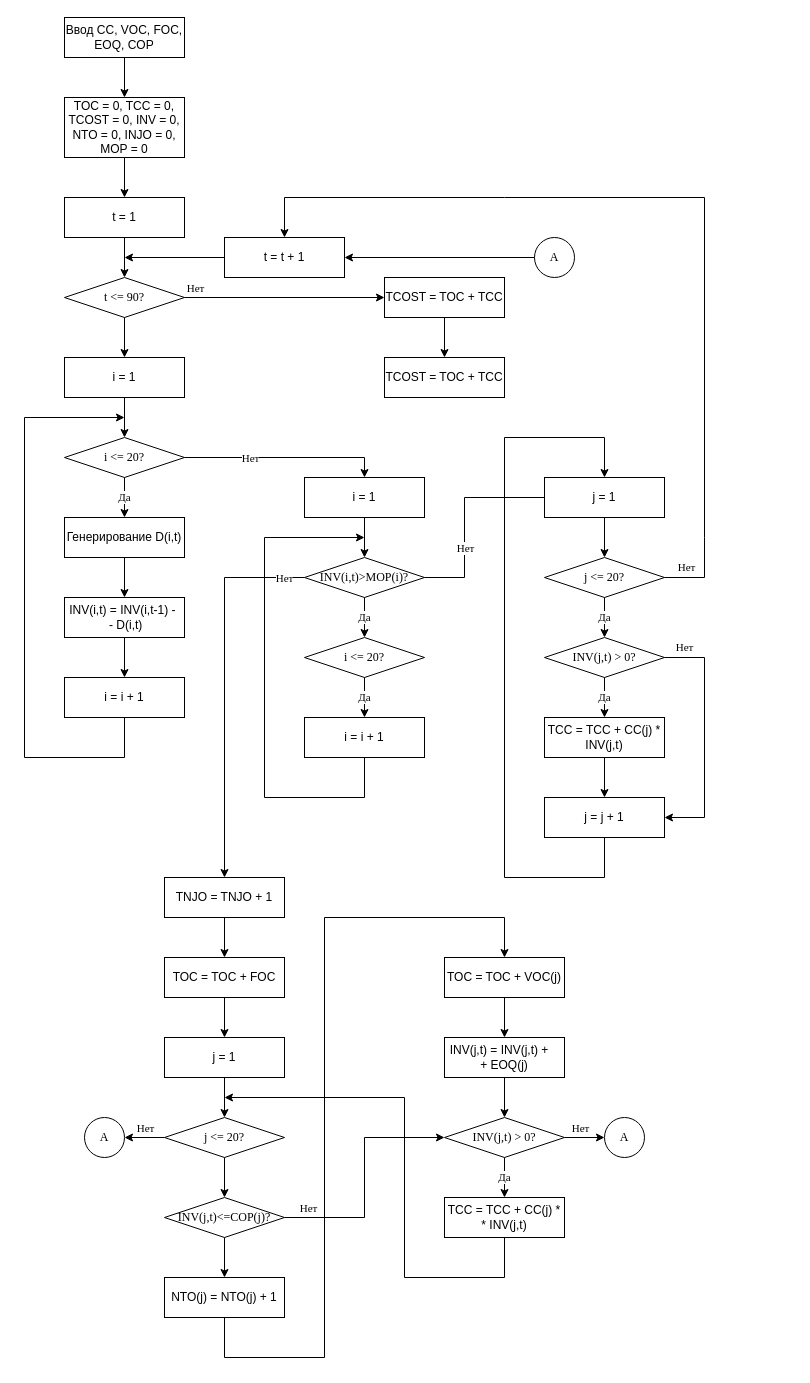
The draw.io diagram Untitled Diagram2.drawio in Snikimonkd/diplom, before the edit. Source tidied: cells renumbered, new cells numbered last; positions are measured from the earlier drawing's top-left corner, leaving out a move shared by most shapes. Both pictures are drawn from the tidied source at 100%, with x=0, y=0 at pixel (24, 17).
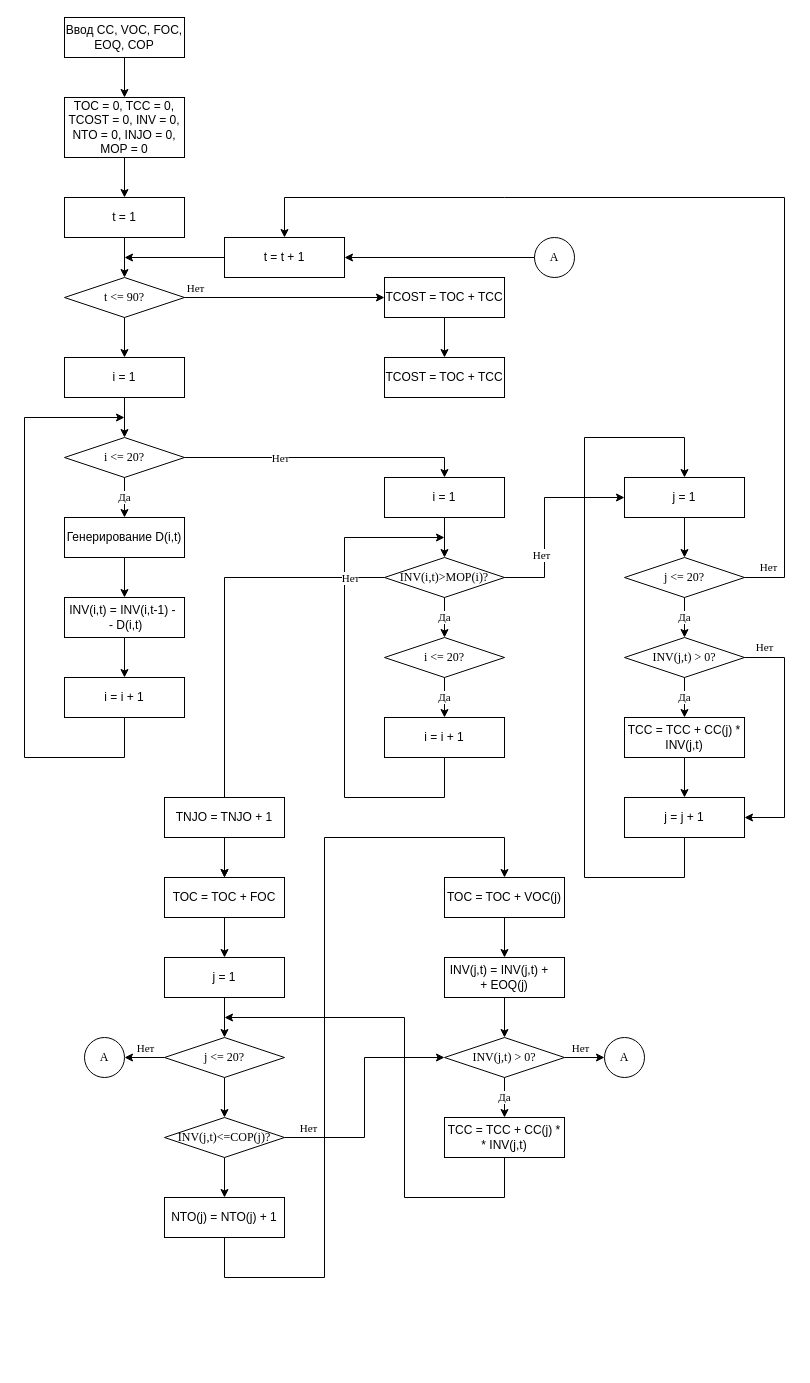
The same diagram, later.

Unchanged cells that the change refers to:
```xml
<mxCell id="8" value="i &amp;lt;= 20?" style="rhombus;whiteSpace=wrap;html=1;fontFamily=Times New Roman;" parent="1" vertex="1">
  <mxGeometry x="40" y="420" width="120" height="40" as="geometry" />
</mxCell>
<mxCell id="45" value="t = t + 1" style="rounded=0;whiteSpace=wrap;html=1;" parent="1" vertex="1">
  <mxGeometry x="200" y="220" width="120" height="40" as="geometry" />
</mxCell>
```

Change to the diagram source:
```diff
@@
     <mxCell id="11" value="i = 1" style="rounded=0;whiteSpace=wrap;html=1;" parent="1" vertex="1">
-      <mxGeometry x="280" y="460" width="120" height="40" as="geometry" />
+      <mxGeometry x="360" y="460" width="120" height="40" as="geometry" />
     </mxCell>
     <mxCell id="12" value="INV(i,t)&amp;gt;MOP(i)?" style="rhombus;whiteSpace=wrap;html=1;fontFamily=Times New Roman;" parent="1" vertex="1">
-      <mxGeometry x="280" y="540" width="120" height="40" as="geometry" />
+      <mxGeometry x="360" y="540" width="120" height="40" as="geometry" />
     </mxCell>
     <mxCell id="13" value="i &amp;lt;= 20?" style="rhombus;whiteSpace=wrap;html=1;fontFamily=Times New Roman;" parent="1" vertex="1">
-      <mxGeometry x="280" y="620" width="120" height="40" as="geometry" />
+      <mxGeometry x="360" y="620" width="120" height="40" as="geometry" />
     </mxCell>
     <mxCell id="14" value="i = i + 1" style="rounded=0;whiteSpace=wrap;html=1;" parent="1" vertex="1">
-      <mxGeometry x="280" y="700" width="120" height="40" as="geometry" />
+      <mxGeometry x="360" y="700" width="120" height="40" as="geometry" />
     </mxCell>
@@
     <mxCell id="24" style="endArrow=classic;html=1;rounded=0;fontFamily=Times New Roman;exitX=1;exitY=0.5;exitDx=0;exitDy=0;entryX=0.5;entryY=0;entryDx=0;entryDy=0;" parent="1" edge="1" source="8" target="11">
       <mxGeometry relative="1" as="geometry">
         <Array as="points">
-          <mxPoint x="340" y="440" />
+          <mxPoint x="420" y="440" />
         </Array>
       </mxGeometry>
     </mxCell>
@@
     <mxCell id="29" style="endArrow=classic;html=1;rounded=0;fontFamily=Times New Roman;exitX=0.5;exitY=1;exitDx=0;exitDy=0;" parent="1" edge="1" source="14">
       <mxGeometry relative="1" as="geometry">
-        <mxPoint x="340" y="520" as="targetPoint" />
+        <mxPoint x="420" y="520" as="targetPoint" />
         <Array as="points">
-          <mxPoint x="340" y="780" />
-          <mxPoint x="240" y="780" />
-          <mxPoint x="240" y="520" />
+          <mxPoint x="420" y="780" />
+          <mxPoint x="320" y="780" />
+          <mxPoint x="320" y="520" />
         </Array>
       </mxGeometry>
     </mxCell>
@@
-    <mxCell id="32" style="endArrow=classic;html=1;rounded=0;fontFamily=Times New Roman;exitX=1;exitY=0.5;exitDx=0;exitDy=0;" parent="1" edge="1" source="12">
+    <mxCell id="32" style="endArrow=classic;html=1;rounded=0;fontFamily=Times New Roman;exitX=1;exitY=0.5;exitDx=0;exitDy=0;entryX=0;entryY=0.5;entryDx=0;entryDy=0;" parent="1" edge="1" source="12" target="34">
       <mxGeometry relative="1" as="geometry">
-        <mxPoint x="580" y="480" as="targetPoint" />
         <Array as="points">
-          <mxPoint x="440" y="560" />
-          <mxPoint x="440" y="480" />
+          <mxPoint x="520" y="560" />
+          <mxPoint x="520" y="480" />
         </Array>
       </mxGeometry>
     </mxCell>
@@
     <mxCell id="34" value="j = 1" style="rounded=0;whiteSpace=wrap;html=1;" parent="1" vertex="1">
-      <mxGeometry x="520" y="460" width="120" height="40" as="geometry" />
+      <mxGeometry x="600" y="460" width="120" height="40" as="geometry" />
     </mxCell>
     <mxCell id="35" value="j &amp;lt;= 20?" style="rhombus;whiteSpace=wrap;html=1;fontFamily=Times New Roman;" parent="1" vertex="1">
-      <mxGeometry x="520" y="540" width="120" height="40" as="geometry" />
+      <mxGeometry x="600" y="540" width="120" height="40" as="geometry" />
     </mxCell>
     <mxCell id="36" value="INV(j,t) &amp;gt; 0?" style="rhombus;whiteSpace=wrap;html=1;fontFamily=Times New Roman;" parent="1" vertex="1">
-      <mxGeometry x="520" y="620" width="120" height="40" as="geometry" />
+      <mxGeometry x="600" y="620" width="120" height="40" as="geometry" />
     </mxCell>
     <mxCell id="37" value="TCC = TCC + CC(j) * INV(j,t)" style="rounded=0;whiteSpace=wrap;html=1;" parent="1" vertex="1">
-      <mxGeometry x="520" y="700" width="120" height="40" as="geometry" />
+      <mxGeometry x="600" y="700" width="120" height="40" as="geometry" />
     </mxCell>
     <mxCell id="38" value="j = j + 1" style="rounded=0;whiteSpace=wrap;html=1;" parent="1" vertex="1">
-      <mxGeometry x="520" y="780" width="120" height="40" as="geometry" />
+      <mxGeometry x="600" y="780" width="120" height="40" as="geometry" />
     </mxCell>
@@
     <mxCell id="40" style="endArrow=classic;html=1;rounded=0;fontFamily=Times New Roman;exitX=0.5;exitY=1;exitDx=0;exitDy=0;entryX=0.5;entryY=0;entryDx=0;entryDy=0;" parent="1" edge="1" source="38" target="34">
       <mxGeometry relative="1" as="geometry">
         <Array as="points">
-          <mxPoint x="580" y="820" />
-          <mxPoint x="580" y="860" />
-          <mxPoint x="480" y="860" />
-          <mxPoint x="480" y="420" />
-          <mxPoint x="580" y="420" />
+          <mxPoint x="660" y="820" />
+          <mxPoint x="660" y="860" />
+          <mxPoint x="560" y="860" />
+          <mxPoint x="560" y="420" />
+          <mxPoint x="660" y="420" />
         </Array>
       </mxGeometry>
     </mxCell>
@@
     <mxCell id="44" value="Нет" style="endArrow=classic;html=1;rounded=0;fontFamily=Times New Roman;exitX=1;exitY=0.5;exitDx=0;exitDy=0;entryX=0.5;entryY=0;entryDx=0;entryDy=0;" parent="1" edge="1" source="35" target="45">
       <mxGeometry x="-0.95" y="10" relative="1" as="geometry">
         <Array as="points">
-          <mxPoint x="680" y="560" />
-          <mxPoint x="680" y="520" />
-          <mxPoint x="680" y="180" />
+          <mxPoint x="760" y="560" />
+          <mxPoint x="760" y="180" />
           <mxPoint x="480" y="180" />
           <mxPoint x="260" y="180" />
         </Array>
       </mxGeometry>
     </mxCell>
@@
     <mxCell id="47" value="Нет" style="endArrow=classic;html=1;rounded=0;fontFamily=Times New Roman;exitX=1;exitY=0.5;exitDx=0;exitDy=0;entryX=1;entryY=0.5;entryDx=0;entryDy=0;" parent="1" edge="1" source="36" target="38">
       <mxGeometry x="-0.83" y="10" relative="1" as="geometry">
         <Array as="points">
-          <mxPoint x="680" y="640" />
-          <mxPoint x="680" y="800" />
+          <mxPoint x="760" y="640" />
+          <mxPoint x="760" y="800" />
         </Array>
       </mxGeometry>
     </mxCell>
@@
     <mxCell id="53" value="TNJO = TNJO + 1" style="rounded=0;whiteSpace=wrap;html=1;" parent="1" vertex="1">
-      <mxGeometry x="140" y="860" width="120" height="40" as="geometry" />
+      <mxGeometry x="140" y="780" width="120" height="40" as="geometry" />
     </mxCell>
     <mxCell id="54" value="j = 1" style="rounded=0;whiteSpace=wrap;html=1;" parent="1" vertex="1">
-      <mxGeometry x="140" y="1020" width="120" height="40" as="geometry" />
+      <mxGeometry x="140" y="940" width="120" height="40" as="geometry" />
     </mxCell>
     <mxCell id="55" value="TOC = TOC + FOC" style="rounded=0;whiteSpace=wrap;html=1;" parent="1" vertex="1">
-      <mxGeometry x="140" y="940" width="120" height="40" as="geometry" />
+      <mxGeometry x="140" y="860" width="120" height="40" as="geometry" />
     </mxCell>
@@
     <mxCell id="57" value="j &amp;lt;= 20?" style="rhombus;whiteSpace=wrap;html=1;fontFamily=Times New Roman;" parent="1" vertex="1">
-      <mxGeometry x="140" y="1100" width="120" height="40" as="geometry" />
+      <mxGeometry x="140" y="1020" width="120" height="40" as="geometry" />
     </mxCell>
     <mxCell id="58" value="INV(j,t)&amp;lt;=COP(j)?" style="rhombus;whiteSpace=wrap;html=1;fontFamily=Times New Roman;" parent="1" vertex="1">
-      <mxGeometry x="140" y="1180" width="120" height="40" as="geometry" />
+      <mxGeometry x="140" y="1100" width="120" height="40" as="geometry" />
     </mxCell>
     <mxCell id="59" value="NTO(j) = NTO(j) + 1" style="rounded=0;whiteSpace=wrap;html=1;" parent="1" vertex="1">
-      <mxGeometry x="140" y="1260" width="120" height="40" as="geometry" />
+      <mxGeometry x="140" y="1180" width="120" height="40" as="geometry" />
     </mxCell>
@@
     <mxCell id="64" style="endArrow=classic;html=1;rounded=0;fontFamily=Times New Roman;exitX=0.5;exitY=1;exitDx=0;exitDy=0;entryX=0.5;entryY=0;entryDx=0;entryDy=0;" parent="1" edge="1" source="59" target="65">
       <mxGeometry relative="1" as="geometry">
         <Array as="points">
-          <mxPoint x="200" y="1340" />
-          <mxPoint x="300" y="1340" />
-          <mxPoint x="300" y="900" />
-          <mxPoint x="480" y="900" />
+          <mxPoint x="200" y="1260" />
+          <mxPoint x="300" y="1260" />
+          <mxPoint x="300" y="820" />
+          <mxPoint x="480" y="820" />
         </Array>
       </mxGeometry>
     </mxCell>
     <mxCell id="65" value="TOC = TOC + VOC(j)" style="rounded=0;whiteSpace=wrap;html=1;" parent="1" vertex="1">
-      <mxGeometry x="420" y="940" width="120" height="40" as="geometry" />
+      <mxGeometry x="420" y="860" width="120" height="40" as="geometry" />
     </mxCell>
     <mxCell id="66" value="INV(j,t) = INV(j,t) +&amp;nbsp; &amp;nbsp; + EOQ(j)" style="rounded=0;whiteSpace=wrap;html=1;" parent="1" vertex="1">
-      <mxGeometry x="420" y="1020" width="120" height="40" as="geometry" />
+      <mxGeometry x="420" y="940" width="120" height="40" as="geometry" />
     </mxCell>
     <mxCell id="67" value="INV(j,t) &amp;gt; 0?" style="rhombus;whiteSpace=wrap;html=1;fontFamily=Times New Roman;" parent="1" vertex="1">
-      <mxGeometry x="420" y="1100" width="120" height="40" as="geometry" />
+      <mxGeometry x="420" y="1020" width="120" height="40" as="geometry" />
     </mxCell>
     <mxCell id="68" value="TCC = TCC + CC(j) * * INV(j,t)" style="rounded=0;whiteSpace=wrap;html=1;" parent="1" vertex="1">
-      <mxGeometry x="420" y="1180" width="120" height="40" as="geometry" />
+      <mxGeometry x="420" y="1100" width="120" height="40" as="geometry" />
     </mxCell>
     <mxCell id="69" style="endArrow=classic;html=1;rounded=0;fontFamily=Times New Roman;exitX=1;exitY=0.5;exitDx=0;exitDy=0;entryX=0;entryY=0.5;entryDx=0;entryDy=0;" parent="1" edge="1" source="58" target="67">
       <mxGeometry relative="1" as="geometry">
         <Array as="points">
-          <mxPoint x="340" y="1200" />
           <mxPoint x="340" y="1120" />
+          <mxPoint x="340" y="1040" />
         </Array>
       </mxGeometry>
     </mxCell>
@@
     <mxCell id="73" style="endArrow=classic;html=1;rounded=0;fontFamily=Times New Roman;exitX=0.5;exitY=1;exitDx=0;exitDy=0;" parent="1" edge="1" source="68">
       <mxGeometry relative="1" as="geometry">
-        <mxPoint x="200" y="1080" as="targetPoint" />
+        <mxPoint x="200" y="1000" as="targetPoint" />
         <Array as="points">
-          <mxPoint x="480" y="1260" />
-          <mxPoint x="380" y="1260" />
-          <mxPoint x="380" y="1080" />
+          <mxPoint x="480" y="1180" />
+          <mxPoint x="380" y="1180" />
+          <mxPoint x="380" y="1000" />
         </Array>
       </mxGeometry>
     </mxCell>
@@
     <mxCell id="75" style="endArrow=classic;html=1;rounded=0;fontFamily=Times New Roman;" parent="1" edge="1">
       <mxGeometry relative="1" as="geometry">
-        <mxPoint x="540" y="1120" as="sourcePoint" />
-        <mxPoint x="580" y="1120" as="targetPoint" />
+        <mxPoint x="540" y="1040" as="sourcePoint" />
+        <mxPoint x="580" y="1040" as="targetPoint" />
       </mxGeometry>
     </mxCell>
@@
     <mxCell id="77" value="А" style="ellipse;whiteSpace=wrap;html=1;fontFamily=Times New Roman;" parent="1" vertex="1">
-      <mxGeometry x="580" y="1100" width="40" height="40" as="geometry" />
+      <mxGeometry x="580" y="1020" width="40" height="40" as="geometry" />
     </mxCell>
     <mxCell id="78" value="А" style="ellipse;whiteSpace=wrap;html=1;fontFamily=Times New Roman;" parent="1" vertex="1">
-      <mxGeometry x="60" y="1100" width="40" height="40" as="geometry" />
+      <mxGeometry x="60" y="1020" width="40" height="40" as="geometry" />
     </mxCell>
```
